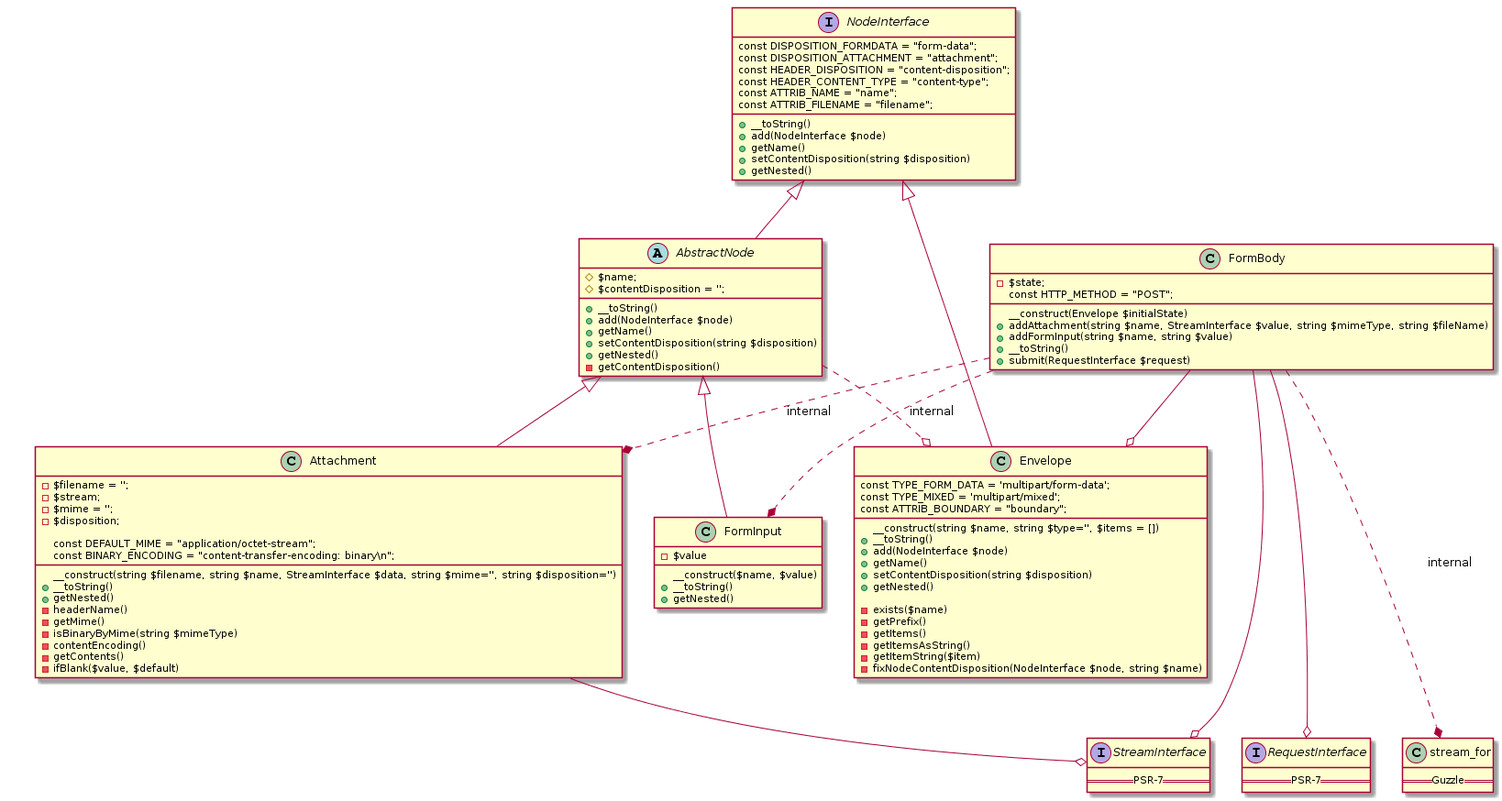
Lewiscowles1986/rfc1867 keeps this PlantUML diagram as diagram/class-relationship.png. Above is the earlier version.
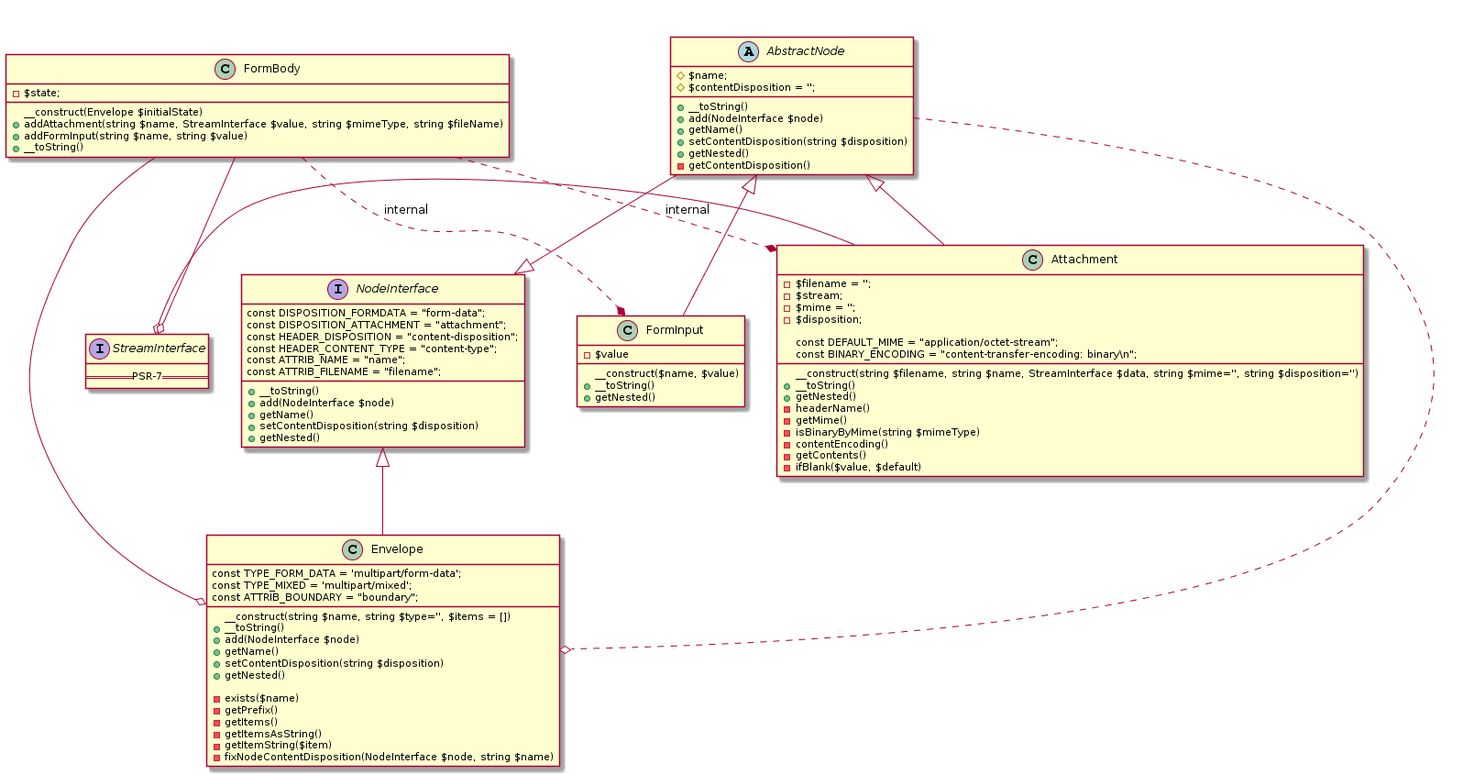
Later version of the same file.

Change to the diagram source:
```diff
@@ -1,29 +1,22 @@
 @startuml
-interface NodeInterface {
-    const DISPOSITION_FORMDATA = "form-data";
-    const DISPOSITION_ATTACHMENT = "attachment";
-    const HEADER_DISPOSITION = "content-disposition";
-    const HEADER_CONTENT_TYPE = "content-type";
-    const ATTRIB_NAME = "name";
-    const ATTRIB_FILENAME = "filename";
+together {
+    interface NodeInterface {
+        const DISPOSITION_FORMDATA = "form-data";
+        const DISPOSITION_ATTACHMENT = "attachment";
+        const HEADER_DISPOSITION = "content-disposition";
+        const HEADER_CONTENT_TYPE = "content-type";
+        const ATTRIB_NAME = "name";
+        const ATTRIB_FILENAME = "filename";
 
-    +__toString()
-    +add(NodeInterface $node)
-    +getName()
-    +setContentDisposition(string $disposition)
-    +getNested()
-}
+        +__toString()
+        +add(NodeInterface $node)
+        +getName()
+        +setContentDisposition(string $disposition)
+        +getNested()
+    }
 
-together {
     interface StreamInterface {
         ==PSR-7==
-    }
-    interface RequestInterface {
-    ==PSR-7==
-    }
-
-    class stream_for {
-        ==Guzzle==
     }
 }
 
@@ -95,18 +88,14 @@
 
 class FormBody {
     -$state;
-    const HTTP_METHOD = "POST";
 
     __construct(Envelope $initialState)
     +addAttachment(string $name, StreamInterface $value, string $mimeType, string $fileName)
     +addFormInput(string $name, string $value)
     +__toString()
-    +submit(RequestInterface $request)
 }
 FormBody ..* FormInput : internal
 FormBody ..* Attachment : internal
-FormBody ..* stream_for : internal
 FormBody --o Envelope
 FormBody --o StreamInterface
-FormBody --o RequestInterface
 @enduml
```
